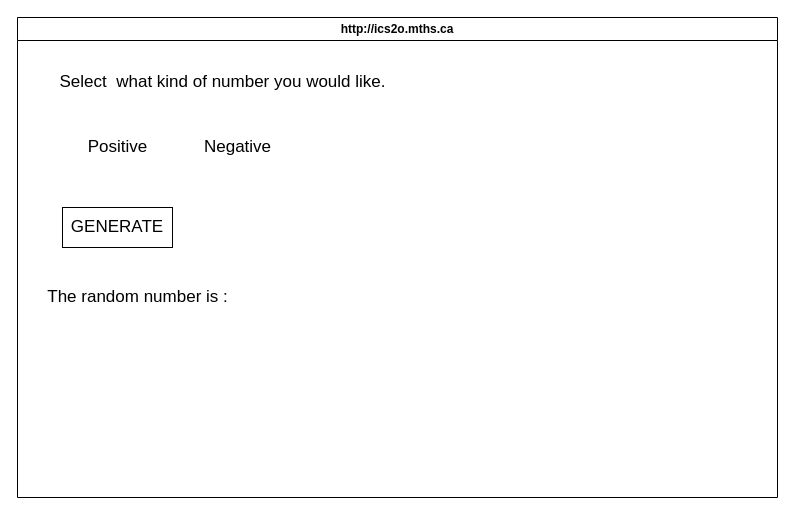
This is design/storyboard.drawio from MTHS-ICD2O-1-2023/ICD2O-Unit-5-02-jinyuzhe-calista-e, a draw.io file, before an edit. Source tidied: cells renumbered, new cells numbered last; positions are measured from the earlier drawing's top-left corner, leaving out a move shared by most shapes. Both pictures are drawn from the tidied source at 100%, with x=0, y=0 at pixel (17, 17).
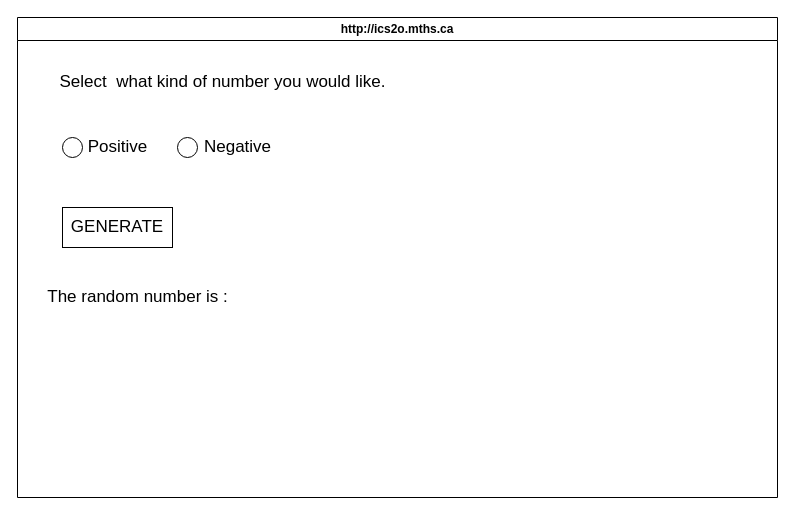
The same diagram, later.

Diff of the diagram source:
```diff
@@
 <mxGraphModel>
   <root>
     <mxCell id="0" />
     <mxCell id="1" parent="0" />
     <mxCell id="2" value="http://ics2o.mths.ca" style="swimlane;whiteSpace=wrap;html=1;" parent="1" vertex="1">
       <mxGeometry width="760" height="480" as="geometry" />
     </mxCell>
     <mxCell id="3" value="&lt;font style=&quot;font-size: 17px;&quot;&gt;Select&amp;nbsp; what kind of number you would like.&lt;/font&gt;" style="text;html=1;align=center;verticalAlign=middle;strokeColor=none;fillColor=none;" parent="2" vertex="1">
       <mxGeometry x="30" y="50" width="350" height="30" as="geometry" />
     </mxCell>
     <mxCell id="4" value="Positive" style="text;html=1;align=center;verticalAlign=middle;strokeColor=none;fillColor=none;fontSize=17;" parent="2" vertex="1">
       <mxGeometry x="60" y="115" width="80" height="30" as="geometry" />
     </mxCell>
     <mxCell id="5" value="GENERATE" style="whiteSpace=wrap;html=1;fontSize=17;" parent="2" vertex="1">
       <mxGeometry x="45" y="190" width="110" height="40" as="geometry" />
     </mxCell>
     <mxCell id="6" value="The random number is :" style="text;html=1;align=center;verticalAlign=middle;strokeColor=none;fillColor=none;fontSize=17;" parent="2" vertex="1">
       <mxGeometry x="20" y="265" width="200" height="30" as="geometry" />
     </mxCell>
+    <mxCell id="8" style="ellipse;whiteSpace=wrap;html=1;" parent="2" vertex="1">
+      <mxGeometry x="160" y="120" width="20" height="20" as="geometry" />
+    </mxCell>
+    <mxCell id="9" style="ellipse;whiteSpace=wrap;html=1;" parent="2" vertex="1">
+      <mxGeometry x="45" y="120" width="20" height="20" as="geometry" />
+    </mxCell>
     <mxCell id="7" value="Negative" style="text;html=1;align=center;verticalAlign=middle;strokeColor=none;fillColor=none;fontSize=17;" parent="1" vertex="1">
       <mxGeometry x="175" y="115" width="90" height="30" as="geometry" />
     </mxCell>
   </root>
 </mxGraphModel>
```
